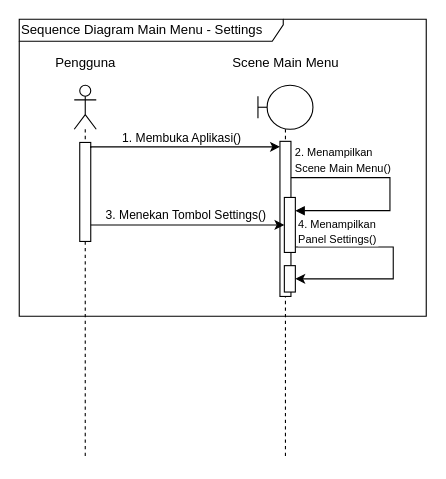
This is skripsi/skripsi/gambar/BAB III/Sequence Diagram/Sequence Diagram Main Menu - Settings.drawio from hako-975/UNPAM-File, a draw.io file, before an edit. Source tidied: cells renumbered, new cells numbered last; positions are measured from the earlier drawing's top-left corner, leaving out a move shared by most shapes. Both pictures are drawn from the tidied source at 110%, with x=0, y=0 at pixel (19, 19).
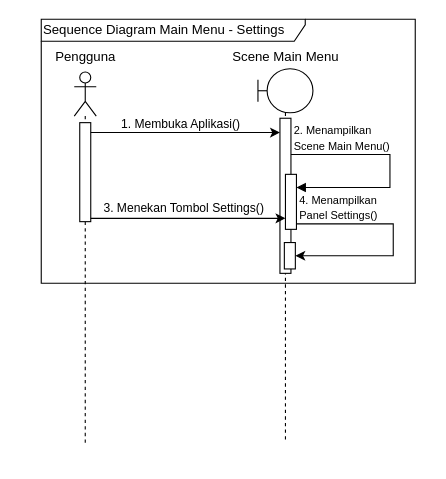
The same diagram, later.

Change to the diagram source:
```diff
@@
     <mxCell id="2" value="&lt;div&gt;&lt;/div&gt;" style="shape=umlLifeline;perimeter=lifelinePerimeter;whiteSpace=wrap;html=1;newEdgeStyle={&quot;curved&quot;:0,&quot;rounded&quot;:0};participant=umlActor;size=40;" parent="1" vertex="1">
-      <mxGeometry x="50" y="60" width="20" height="340" as="geometry" />
+      <mxGeometry x="50" y="48" width="20" height="340" as="geometry" />
     </mxCell>
     <mxCell id="3" style="html=1;points=[[0,0,0,0,5],[0,1,0,0,-5],[1,0,0,0,5],[1,1,0,0,-5]];perimeter=orthogonalPerimeter;outlineConnect=0;targetShapes=umlLifeline;portConstraint=eastwest;newEdgeStyle={&quot;curved&quot;:0,&quot;rounded&quot;:0};" parent="2" vertex="1">
-      <mxGeometry x="5" y="52" width="10" height="90" as="geometry" />
+      <mxGeometry x="5" y="46" width="10" height="90" as="geometry" />
     </mxCell>
     <mxCell id="4" value="&lt;div&gt;Pengguna&lt;/div&gt;" style="text;html=1;align=center;verticalAlign=middle;strokeColor=none;fillColor=none;" parent="1" vertex="1">
-      <mxGeometry x="20" y="25" width="80" height="30" as="geometry" />
+      <mxGeometry x="20" y="19" width="80" height="30" as="geometry" />
     </mxCell>
     <mxCell id="5" value="Sequence Diagram Main Menu - Settings" style="shape=umlFrame;whiteSpace=wrap;html=1;width=240;height=20;align=left;" parent="1" vertex="1">
-      <mxGeometry width="370" height="270" as="geometry" />
+      <mxGeometry x="20" width="340" height="240" as="geometry" />
     </mxCell>
     <mxCell id="6" style="shape=umlLifeline;perimeter=lifelinePerimeter;whiteSpace=wrap;html=1;newEdgeStyle={&quot;curved&quot;:0,&quot;rounded&quot;:0};participant=umlBoundary;" parent="1" vertex="1">
-      <mxGeometry x="217" y="60" width="50" height="339" as="geometry" />
+      <mxGeometry x="217" y="45" width="50" height="339" as="geometry" />
     </mxCell>
     <mxCell id="7" style="html=1;points=[[0,0,0,0,5],[0,1,0,0,-5],[1,0,0,0,5],[1,1,0,0,-5]];perimeter=orthogonalPerimeter;outlineConnect=0;targetShapes=umlLifeline;portConstraint=eastwest;newEdgeStyle={&quot;curved&quot;:0,&quot;rounded&quot;:0};" parent="6" vertex="1">
-      <mxGeometry x="20" y="51" width="10" height="141" as="geometry" />
+      <mxGeometry x="20" y="45" width="10" height="141" as="geometry" />
     </mxCell>
     <mxCell id="8" style="html=1;align=left;spacingLeft=2;endArrow=block;rounded=0;edgeStyle=orthogonalEdgeStyle;curved=0;rounded=0;" parent="6" edge="1" source="7" target="10">
       <mxGeometry x="-1" y="22" relative="1" as="geometry">
         <Array as="points">
-          <mxPoint x="120" y="84" />
-          <mxPoint x="120" y="114" />
+          <mxPoint x="120" y="78" />
+          <mxPoint x="120" y="108" />
         </Array>
       </mxGeometry>
     </mxCell>
     <mxCell id="9" style="edgeStyle=orthogonalEdgeStyle;rounded=0;jettySize=auto;html=1;curved=0;exitX=1;exitY=1;exitDx=0;exitDy=-5;exitPerimeter=0;" parent="6" edge="1" source="10" target="11">
       <mxGeometry relative="1" as="geometry">
         <Array as="points">
-          <mxPoint x="123" y="147" />
-          <mxPoint x="123" y="176" />
+          <mxPoint x="123" y="141" />
+          <mxPoint x="123" y="170" />
         </Array>
       </mxGeometry>
     </mxCell>
     <mxCell id="10" style="html=1;points=[[0,0,0,0,5],[0,1,0,0,-5],[1,0,0,0,5],[1,1,0,0,-5]];perimeter=orthogonalPerimeter;outlineConnect=0;targetShapes=umlLifeline;portConstraint=eastwest;newEdgeStyle={&quot;curved&quot;:0,&quot;rounded&quot;:0};" parent="6" vertex="1">
-      <mxGeometry x="24" y="102" width="10" height="50" as="geometry" />
+      <mxGeometry x="25" y="96" width="10" height="50" as="geometry" />
     </mxCell>
     <mxCell id="11" style="html=1;points=[[0,0,0,0,5],[0,1,0,0,-5],[1,0,0,0,5],[1,1,0,0,-5]];perimeter=orthogonalPerimeter;outlineConnect=0;targetShapes=umlLifeline;portConstraint=eastwest;newEdgeStyle={&quot;curved&quot;:0,&quot;rounded&quot;:0};" parent="6" vertex="1">
-      <mxGeometry x="24" y="164" width="10" height="24" as="geometry" />
+      <mxGeometry x="24" y="158" width="10" height="24" as="geometry" />
     </mxCell>
     <mxCell id="12" value="&lt;div&gt;Scene Main Menu&lt;/div&gt;" style="text;html=1;align=center;verticalAlign=middle;strokeColor=none;fillColor=none;" parent="1" vertex="1">
-      <mxGeometry x="182" y="25" width="120" height="30" as="geometry" />
+      <mxGeometry x="182" y="19" width="120" height="30" as="geometry" />
     </mxCell>
-    <mxCell id="13" style="edgeStyle=orthogonalEdgeStyle;rounded=0;jettySize=auto;html=1;curved=0;entryX=0;entryY=0;entryDx=0;entryDy=5;entryPerimeter=0;exitX=1;exitY=0;exitDx=0;exitDy=5;exitPerimeter=0;" parent="1" edge="1" source="3" target="7">
+    <mxCell id="13" style="rounded=0;jettySize=auto;html=1;entryX=0;entryY=0;entryDx=0;entryDy=5;entryPerimeter=0;" parent="1" edge="1" source="3">
       <mxGeometry relative="1" as="geometry">
-        <Array as="points">
-          <mxPoint x="65" y="116" />
-        </Array>
+        <mxPoint x="237" y="103" as="targetPoint" />
       </mxGeometry>
     </mxCell>
     <mxCell id="14" value="1. Membuka Aplikasi()" style="edgeLabel;html=1;align=left;verticalAlign=middle;" parent="13" vertex="1">
       <mxGeometry x="-0.33" y="1" relative="1" as="geometry">
-        <mxPoint x="-30" y="-8" as="offset" />
+        <mxPoint x="-32" y="-8" as="offset" />
       </mxGeometry>
     </mxCell>
     <mxCell id="15" value="&lt;span style=&quot;font-size: 10px;&quot;&gt;2. Menampilkan&amp;nbsp;&lt;/span&gt;&lt;div&gt;&lt;span style=&quot;font-size: 10px;&quot;&gt;Scene&amp;nbsp;&lt;/span&gt;&lt;span style=&quot;font-size: 10px;&quot;&gt;Main Menu()&lt;/span&gt;&lt;/div&gt;" style="edgeLabel;html=1;align=left;verticalAlign=middle;" parent="13" vertex="1">
       <mxGeometry x="-0.33" y="1" relative="1" as="geometry">
-        <mxPoint x="127" y="12" as="offset" />
+        <mxPoint x="125" y="5" as="offset" />
       </mxGeometry>
     </mxCell>
     <mxCell id="16" style="edgeStyle=orthogonalEdgeStyle;rounded=0;jettySize=auto;html=1;curved=0;" parent="1" edge="1" source="3" target="10">
       <mxGeometry relative="1" as="geometry">
         <Array as="points">
-          <mxPoint x="110" y="187" />
-          <mxPoint x="110" y="187" />
+          <mxPoint x="110" y="181" />
+          <mxPoint x="110" y="181" />
         </Array>
       </mxGeometry>
     </mxCell>
     <mxCell id="17" value="3. Menekan Tombol Settings()" style="edgeLabel;html=1;align=left;verticalAlign=middle;" parent="1" vertex="1">
-      <mxGeometry x="77" y="177" as="geometry" />
+      <mxGeometry x="75" y="171" as="geometry" />
     </mxCell>
     <mxCell id="18" value="&lt;span style=&quot;font-size: 10px;&quot;&gt;4. Menampilkan&amp;nbsp;&lt;/span&gt;&lt;div&gt;&lt;span style=&quot;font-size: 10px;&quot;&gt;Panel Settings()&lt;/span&gt;&lt;/div&gt;" style="edgeLabel;html=1;align=left;verticalAlign=middle;" parent="1" vertex="1">
-      <mxGeometry x="252" y="192" as="geometry" />
+      <mxGeometry x="253" y="170" as="geometry" />
     </mxCell>
```
